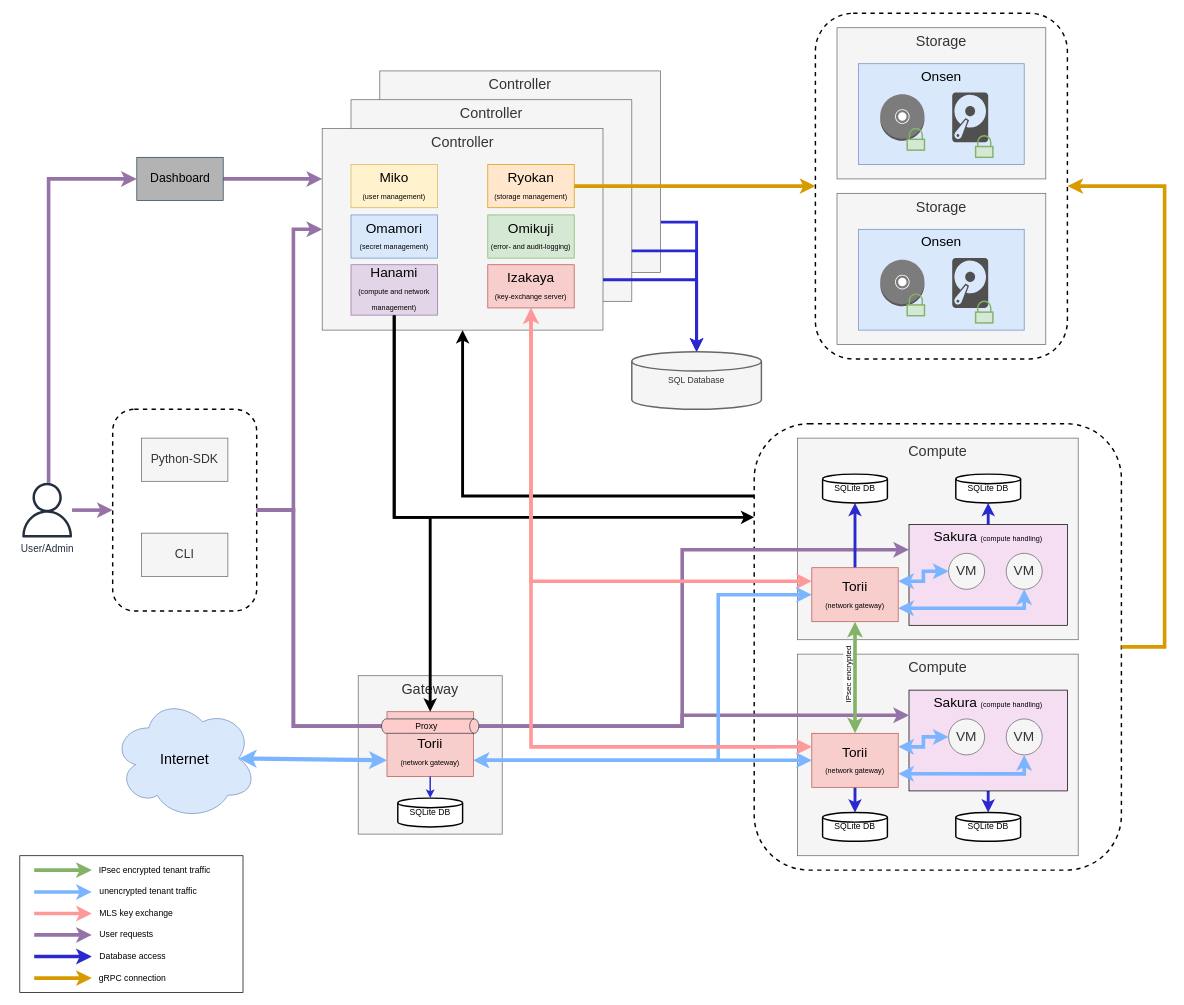
Above: docs/img/ainari_overview.drawio in kitsudaiki/ainari (draw.io), before the change. Source tidied: cells renumbered, new cells numbered last; positions are measured from the earlier drawing's top-left corner, leaving out a move shared by most shapes. Both pictures are drawn from the tidied source at 72%, with x=0, y=0 at pixel (19, 13).
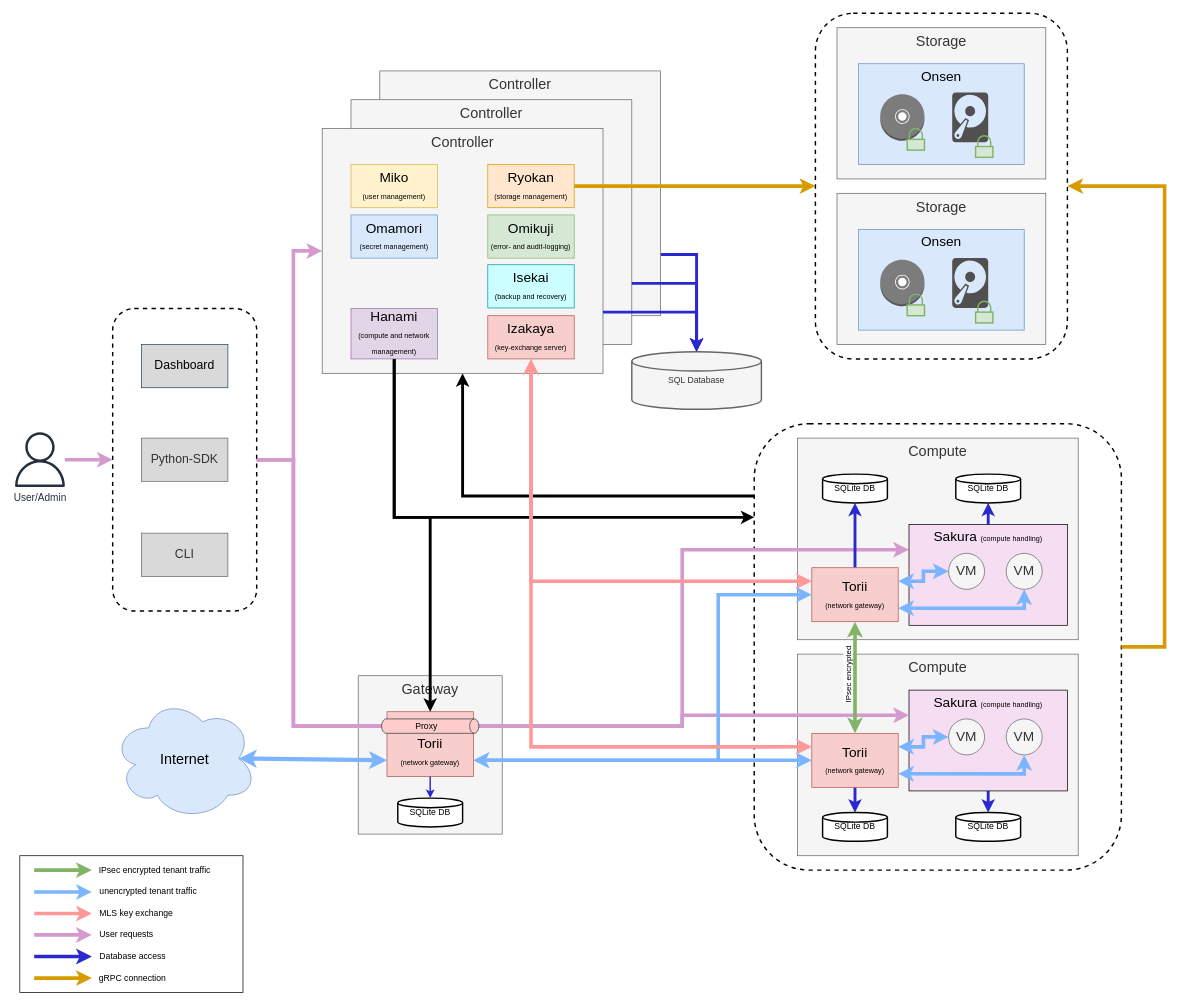
The same page after the edit.

Commit message (it also covers changes not shown here):
docs(#1050): updated architecture overview

Isekai was added to the architecture overview.

Unchanged cells that the change refers to:
```xml
<mxCell id="16" value="Sakura&amp;nbsp;&lt;span style=&quot;font-size: 10px&quot;&gt;(compute handling)&lt;/span&gt;" style="rounded=0;whiteSpace=wrap;html=1;fillColor=#F5DDF2;fontSize=19;verticalAlign=top;" parent="1" vertex="1">
  <mxGeometry x="1235" y="940" width="220" height="140" as="geometry" />
</mxCell>
<mxCell id="55" value="SQL Database" style="strokeWidth=2;html=1;shape=mxgraph.flowchart.database;whiteSpace=wrap;fillColor=#f5f5f5;strokeColor=#666666;fontColor=#333333;" parent="1" vertex="1">
  <mxGeometry x="850" y="470" width="180" height="80" as="geometry" />
</mxCell>
<mxCell id="61" value="Sakura&amp;nbsp;&lt;span style=&quot;font-size: 10px&quot;&gt;(compute handling)&lt;/span&gt;" style="rounded=0;whiteSpace=wrap;html=1;fillColor=#F5DDF2;fontSize=19;verticalAlign=top;" parent="1" vertex="1">
  <mxGeometry x="1235" y="710" width="220" height="140" as="geometry" />
</mxCell>
<mxCell id="80" style="group;" parent="1" vertex="1">
  <mxGeometry x="20" y="1180" width="290" height="180" as="geometry" />
</mxCell>
```

Change to the diagram source:
```diff
@@
     <mxCell id="3" style="edgeStyle=orthogonalEdgeStyle;rounded=0;jettySize=auto;html=1;entryX=0.5;entryY=0;entryDx=0;entryDy=0;entryPerimeter=0;strokeWidth=4;exitX=1;exitY=0.75;exitDx=0;exitDy=0;strokeColor=#2929CF;" parent="1" edge="1" source="4" target="55">
       <mxGeometry relative="1" as="geometry">
         <Array as="points">
-          <mxPoint x="940" y="290" />
-          <mxPoint x="940" y="430" />
+          <mxPoint x="940" y="335" />
         </Array>
       </mxGeometry>
     </mxCell>
     <mxCell id="4" value="Controller" style="rounded=0;whiteSpace=wrap;html=1;verticalAlign=top;fontSize=20;fillColor=#f5f5f5;fontColor=#333333;strokeColor=#666666;" parent="1" vertex="1">
-      <mxGeometry x="500" y="80" width="390" height="280" as="geometry" />
+      <mxGeometry x="500" y="80" width="390" height="340" as="geometry" />
     </mxCell>
     <mxCell id="5" value="Controller" style="rounded=0;whiteSpace=wrap;html=1;verticalAlign=top;fontSize=20;fillColor=#f5f5f5;fontColor=#333333;strokeColor=#666666;" parent="1" vertex="1">
-      <mxGeometry x="460" y="120" width="390" height="280" as="geometry" />
+      <mxGeometry x="460" y="120" width="390" height="340" as="geometry" />
     </mxCell>
@@
     <mxCell id="11" value="Controller" style="rounded=0;whiteSpace=wrap;html=1;verticalAlign=top;fontSize=20;fillColor=#f5f5f5;fontColor=#333333;strokeColor=#666666;" parent="1" vertex="1">
-      <mxGeometry x="420" y="160" width="390" height="280" as="geometry" />
+      <mxGeometry x="420" y="160" width="390" height="340" as="geometry" />
     </mxCell>
@@
     <mxCell id="22" value="Hanami&lt;br&gt;&lt;span style=&quot;font-size: 10px&quot;&gt;(compute and network management)&lt;/span&gt;" style="rounded=0;whiteSpace=wrap;html=1;fillColor=#e1d5e7;strokeColor=#9673a6;fontSize=19;" parent="1" vertex="1">
-      <mxGeometry x="460" y="349.2" width="120" height="70" as="geometry" />
+      <mxGeometry x="460" y="410" width="120" height="70" as="geometry" />
     </mxCell>
@@
-    <mxCell id="27" style="edgeStyle=orthogonalEdgeStyle;rounded=0;jettySize=auto;html=1;strokeWidth=5;entryX=0;entryY=0.5;entryDx=0;entryDy=0;fillColor=#e1d5e7;strokeColor=#9673a6;" parent="1" edge="1" source="28" target="35">
-      <mxGeometry relative="1" as="geometry">
-        <Array as="points">
-          <mxPoint x="40" y="230" />
-        </Array>
-      </mxGeometry>
-    </mxCell>
     <mxCell id="28" value="User/Admin" style="sketch=0;outlineConnect=0;fontColor=#232F3E;gradientColor=none;fillColor=#232F3D;strokeColor=none;dashed=0;verticalLabelPosition=bottom;verticalAlign=top;align=center;html=1;fontSize=14;fontStyle=0;shape=mxgraph.aws4.user;" parent="1" vertex="1">
-      <mxGeometry y="652" width="76" height="76" as="geometry" />
+      <mxGeometry x="-10" y="582" width="76" height="76" as="geometry" />
     </mxCell>
-    <mxCell id="29" style="edgeStyle=orthogonalEdgeStyle;rounded=0;jettySize=auto;html=1;entryX=0;entryY=0.25;entryDx=0;entryDy=0;strokeWidth=5;exitX=1;exitY=0.5;exitDx=0;exitDy=0;fillColor=#e1d5e7;strokeColor=#9673a6;" parent="1" edge="1" source="31" target="61">
+    <mxCell id="29" style="edgeStyle=orthogonalEdgeStyle;rounded=0;jettySize=auto;html=1;entryX=0;entryY=0.25;entryDx=0;entryDy=0;strokeWidth=5;exitX=1;exitY=0.5;exitDx=0;exitDy=0;fillColor=#e1d5e7;strokeColor=#D499CD;" parent="1" edge="1" source="31" target="61">
       <mxGeometry relative="1" as="geometry">
         <Array as="points">
-          <mxPoint x="380" y="690" />
+          <mxPoint x="380" y="620" />
           <mxPoint x="380" y="990" />
           <mxPoint x="920" y="990" />
           <mxPoint x="920" y="745" />
         </Array>
       </mxGeometry>
     </mxCell>
-    <mxCell id="30" style="edgeStyle=orthogonalEdgeStyle;rounded=0;jettySize=auto;html=1;entryX=0;entryY=0.25;entryDx=0;entryDy=0;strokeWidth=5;exitX=1;exitY=0.5;exitDx=0;exitDy=0;fillColor=#e1d5e7;strokeColor=#9673a6;" parent="1" edge="1" source="31" target="16">
+    <mxCell id="30" style="edgeStyle=orthogonalEdgeStyle;rounded=0;jettySize=auto;html=1;entryX=0;entryY=0.25;entryDx=0;entryDy=0;strokeWidth=5;exitX=1;exitY=0.5;exitDx=0;exitDy=0;fillColor=#e1d5e7;strokeColor=#D499CD;" parent="1" edge="1" source="31" target="16">
       <mxGeometry relative="1" as="geometry">
         <Array as="points">
-          <mxPoint x="380" y="690" />
+          <mxPoint x="380" y="620" />
           <mxPoint x="380" y="990" />
           <mxPoint x="920" y="990" />
           <mxPoint x="920" y="975" />
         </Array>
       </mxGeometry>
     </mxCell>
     <mxCell id="31" style="rounded=1;whiteSpace=wrap;html=1;fillColor=none;dashed=1;strokeWidth=2;" parent="1" vertex="1">
-      <mxGeometry x="129" y="550" width="200" height="280" as="geometry" />
+      <mxGeometry x="129" y="410" width="200" height="420" as="geometry" />
     </mxCell>
-    <mxCell id="32" value="Python-SDK" style="rounded=0;whiteSpace=wrap;html=1;perimeterSpacing=0;fillColor=#f5f5f5;fontColor=#333333;strokeColor=#666666;fontSize=17;" parent="1" vertex="1">
+    <mxCell id="32" value="Python-SDK" style="rounded=0;whiteSpace=wrap;html=1;perimeterSpacing=0;fillColor=#D9D9D9;fontColor=#333333;strokeColor=#666666;fontSize=17;" parent="1" vertex="1">
       <mxGeometry x="169" y="590" width="120" height="60" as="geometry" />
     </mxCell>
-    <mxCell id="33" value="CLI" style="rounded=0;whiteSpace=wrap;html=1;perimeterSpacing=0;fillColor=#f5f5f5;fontColor=#333333;strokeColor=#666666;fontSize=17;" parent="1" vertex="1">
+    <mxCell id="33" value="CLI" style="rounded=0;whiteSpace=wrap;html=1;perimeterSpacing=0;fillColor=#D9D9D9;fontColor=#333333;strokeColor=#666666;fontSize=17;" parent="1" vertex="1">
       <mxGeometry x="169" y="722" width="120" height="60" as="geometry" />
     </mxCell>
-    <mxCell id="34" style="edgeStyle=orthogonalEdgeStyle;rounded=0;jettySize=auto;html=1;entryX=0;entryY=0.25;entryDx=0;entryDy=0;strokeWidth=5;fillColor=#e1d5e7;strokeColor=#9673a6;" parent="1" edge="1" source="35" target="11">
-      <mxGeometry relative="1" as="geometry" />
-    </mxCell>
-    <mxCell id="35" value="Dashboard" style="rounded=0;whiteSpace=wrap;html=1;perimeterSpacing=0;strokeColor=#23445d;fontSize=17;fillColor=#B3B3B3;" parent="1" vertex="1">
-      <mxGeometry x="162.5" y="200" width="120" height="60" as="geometry" />
+    <mxCell id="35" value="Dashboard" style="rounded=0;whiteSpace=wrap;html=1;perimeterSpacing=0;strokeColor=#23445d;fontSize=17;fillColor=light-dark(#d9d9d9, #535353);" parent="1" vertex="1">
+      <mxGeometry x="169" y="460" width="120" height="60" as="geometry" />
     </mxCell>
-    <mxCell id="36" style="edgeStyle=orthogonalEdgeStyle;rounded=0;jettySize=auto;html=1;entryX=0;entryY=0.5;entryDx=0;entryDy=0;strokeWidth=5;fillColor=#e1d5e7;strokeColor=#9673a6;" parent="1" edge="1" source="28" target="31">
+    <mxCell id="36" style="edgeStyle=orthogonalEdgeStyle;rounded=0;jettySize=auto;html=1;entryX=0;entryY=0.5;entryDx=0;entryDy=0;strokeWidth=5;fillColor=#e1d5e7;strokeColor=#D499CD;" parent="1" edge="1" source="28" target="31">
       <mxGeometry relative="1" as="geometry" />
     </mxCell>
-    <mxCell id="37" style="edgeStyle=orthogonalEdgeStyle;rounded=0;jettySize=auto;html=1;entryX=0;entryY=0.5;entryDx=0;entryDy=0;strokeWidth=5;exitX=1;exitY=0.5;exitDx=0;exitDy=0;fillColor=#e1d5e7;strokeColor=#9673a6;" parent="1" edge="1" source="31" target="11">
+    <mxCell id="37" style="edgeStyle=orthogonalEdgeStyle;rounded=0;jettySize=auto;html=1;entryX=0;entryY=0.5;entryDx=0;entryDy=0;strokeWidth=5;exitX=1;exitY=0.5;exitDx=0;exitDy=0;fillColor=#e1d5e7;strokeColor=#D499CD;" parent="1" edge="1" source="31" target="11">
       <mxGeometry relative="1" as="geometry">
         <Array as="points">
-          <mxPoint x="380" y="690" />
-          <mxPoint x="380" y="300" />
+          <mxPoint x="380" y="620" />
+          <mxPoint x="380" y="330" />
         </Array>
       </mxGeometry>
     </mxCell>
@@
     <mxCell id="74" style="edgeStyle=orthogonalEdgeStyle;rounded=0;jettySize=auto;html=1;entryX=0.5;entryY=0;entryDx=0;entryDy=0;entryPerimeter=0;strokeWidth=4;exitX=1;exitY=0.75;exitDx=0;exitDy=0;strokeColor=#2929CF;" parent="1" edge="1" source="5" target="55">
       <mxGeometry relative="1" as="geometry">
         <Array as="points">
-          <mxPoint x="940" y="330" />
-          <mxPoint x="940" y="430" />
+          <mxPoint x="940" y="375" />
         </Array>
       </mxGeometry>
     </mxCell>
     <mxCell id="75" style="edgeStyle=orthogonalEdgeStyle;rounded=0;jettySize=auto;html=1;entryX=0.5;entryY=0;entryDx=0;entryDy=0;entryPerimeter=0;strokeWidth=4;exitX=1;exitY=0.75;exitDx=0;exitDy=0;strokeColor=#2929CF;" parent="1" edge="1" source="11" target="55">
       <mxGeometry relative="1" as="geometry">
         <Array as="points">
-          <mxPoint x="940" y="370" />
+          <mxPoint x="940" y="415" />
         </Array>
       </mxGeometry>
     </mxCell>
@@
     <mxCell id="79" value="Izakaya&lt;br&gt;&lt;span style=&quot;font-size: 10px&quot;&gt;(key-exchange server)&lt;/span&gt;" style="rounded=0;whiteSpace=wrap;html=1;fillColor=#f8cecc;strokeColor=#b85450;fontSize=19;" parent="1" vertex="1">
-      <mxGeometry x="650" y="349.2" width="120" height="60" as="geometry" />
+      <mxGeometry x="650" y="420" width="120" height="60" as="geometry" />
     </mxCell>
@@
-    <mxCell id="84" style="edgeStyle=orthogonalEdgeStyle;rounded=0;orthogonalLoop=1;jettySize=auto;html=1;strokeWidth=5;fillColor=#e1d5e7;strokeColor=#9673a6;" parent="80" edge="1">
+    <mxCell id="84" style="edgeStyle=orthogonalEdgeStyle;rounded=0;orthogonalLoop=1;jettySize=auto;html=1;strokeWidth=5;fillColor=#e1d5e7;strokeColor=#D499CD;" parent="80" edge="1">
       <mxGeometry relative="1" as="geometry">
         <mxPoint y="100" as="sourcePoint" />
         <mxPoint x="80" y="100" as="targetPoint" />
         <Array as="points">
           <mxPoint x="50" y="100" />
           <mxPoint x="50" y="100" />
         </Array>
       </mxGeometry>
     </mxCell>
@@
+    <mxCell id="94" value="Isekai&lt;br&gt;&lt;span style=&quot;font-size: 10px&quot;&gt;(backup and recovery)&lt;/span&gt;" style="rounded=0;whiteSpace=wrap;html=1;fillColor=#CCFFFF;strokeColor=#009999;fontSize=19;" parent="1" vertex="1">
+      <mxGeometry x="650" y="349.2" width="120" height="60" as="geometry" />
+    </mxCell>
```
